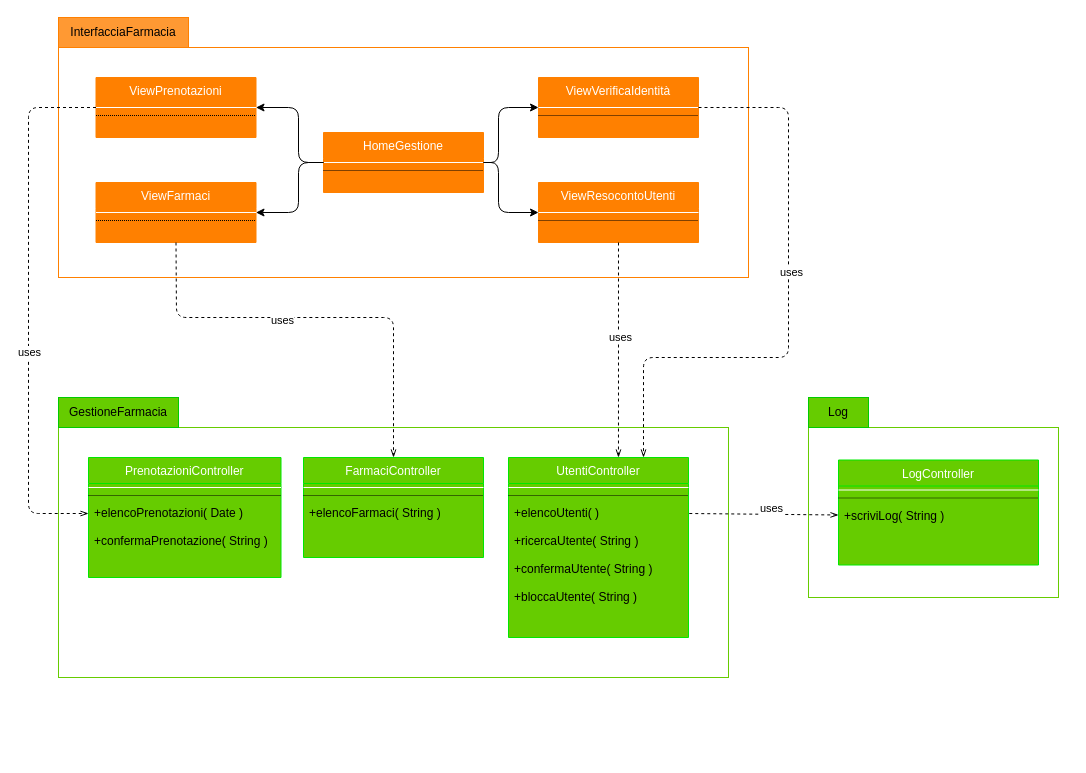
This is page "Farmacia" (2 of 4) of drawio/Diagrammi.drawio from lnwor/farmabyte-doc, a draw.io file, before an edit. Source tidied: cells renumbered, new cells numbered last; positions are measured from the earlier drawing's top-left corner, leaving out a move shared by most shapes. Both pictures are drawn from the tidied source at 100%, with x=0, y=0 at pixel (28, 17).
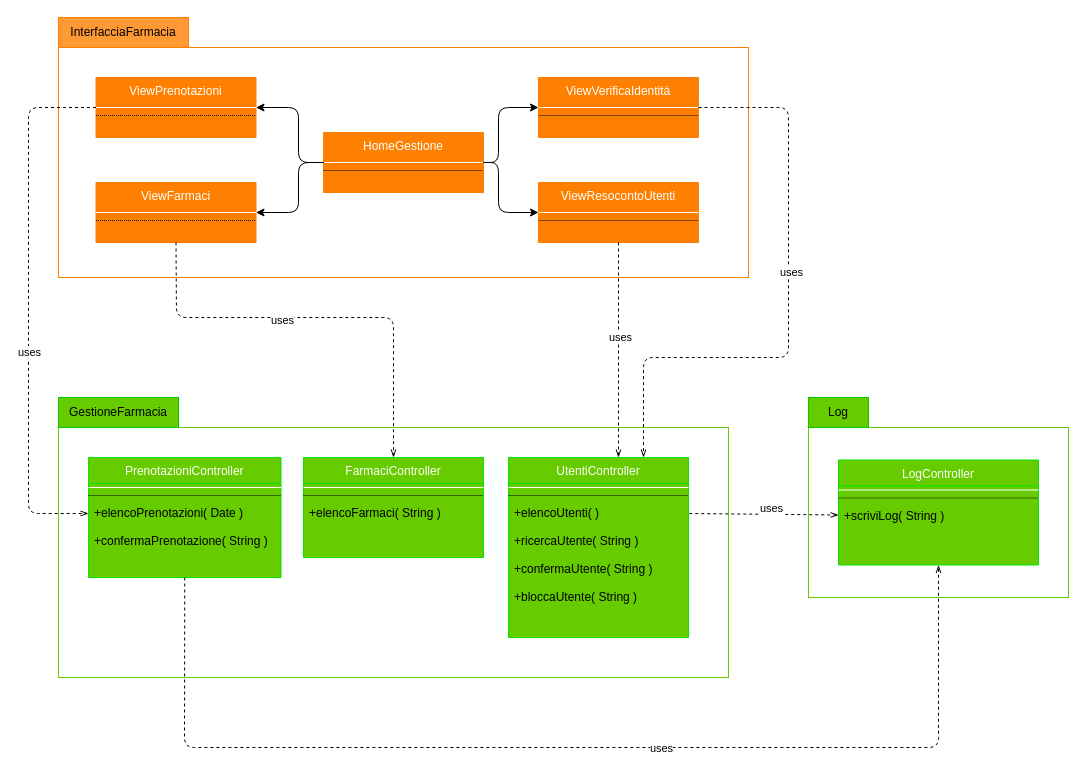
The same page after the edit.

The change refers to these unchanged cells:
```xml
<mxCell id="6" value="LogController" style="swimlane;fontStyle=0;align=center;verticalAlign=top;horizontal=1;startSize=26;rounded=0;shadow=0;strokeWidth=1;fontColor=#ffffff;swimlaneFillColor=#66CC00;strokeColor=#00E800;fillColor=#66CC00;" parent="1" vertex="1">
  <mxGeometry x="810" y="442.5" width="200" height="105" as="geometry" />
</mxCell>
<mxCell id="23" value="PrenotazioniController" style="swimlane;fontStyle=0;align=center;verticalAlign=top;horizontal=1;startSize=26;rounded=0;shadow=0;strokeWidth=1;fontColor=#ffffff;swimlaneFillColor=#66CC00;strokeColor=#00E800;fillColor=#66CC00;" parent="1" vertex="1">
  <mxGeometry x="60" y="440" width="192.5" height="120" as="geometry" />
</mxCell>
```

Change to the diagram source:
```diff
@@
     <mxCell id="4" style="rounded=0;whiteSpace=wrap;html=1;strokeColor=#66CC00;" parent="1" vertex="1">
-      <mxGeometry x="780" y="410" width="250" height="170" as="geometry" />
+      <mxGeometry x="780" y="410" width="260" height="170" as="geometry" />
     </mxCell>
@@
+    <mxCell id="57" style="endArrow=openThin;html=1;dashed=1;exitX=0.5;exitY=1;exitDx=0;exitDy=0;endFill=0;entryX=0.5;entryY=1;entryDx=0;entryDy=0;" parent="1" edge="1" source="23" target="6">
+      <mxGeometry relative="1" as="geometry">
+        <Array as="points">
+          <mxPoint x="156" y="730" />
+          <mxPoint x="910" y="730" />
+        </Array>
+      </mxGeometry>
+    </mxCell>
+    <mxCell id="58" value="uses" style="edgeLabel;html=1;align=center;verticalAlign=middle;" parent="57" vertex="1">
+      <mxGeometry x="0.17" relative="1" as="geometry" />
+    </mxCell>
```
